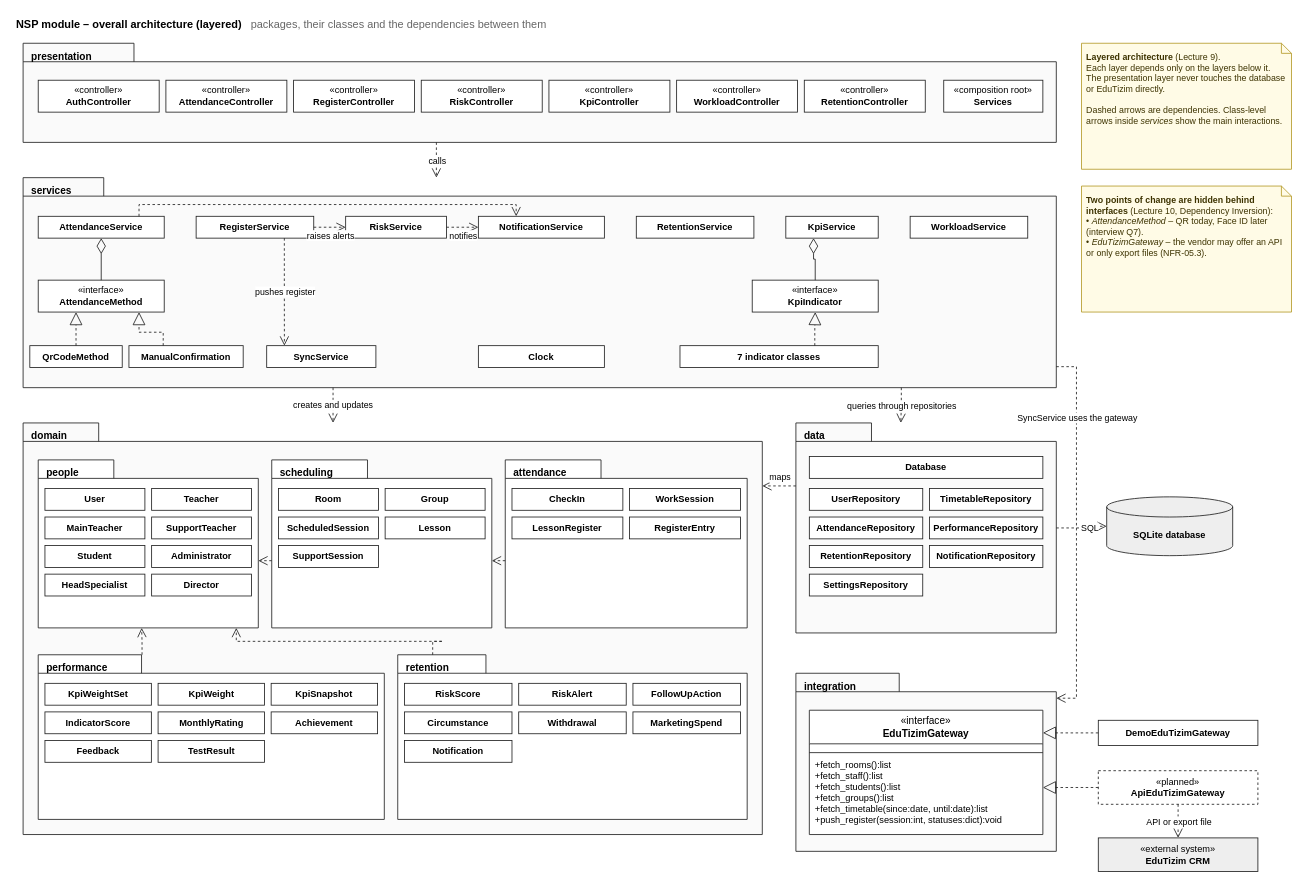
Earlier version of the draw.io diagram page "A Architecture" (1 of 5) of diagrams/nsp-uml-diagrams.drawio (00019110/SAD_CW2_00019110). Source tidied: cells renumbered, new cells numbered last; positions are measured from the earlier drawing's top-left corner, leaving out a move shared by most shapes. Both pictures are drawn from the tidied source at 84%, with x=0, y=0 at pixel (14, 14).
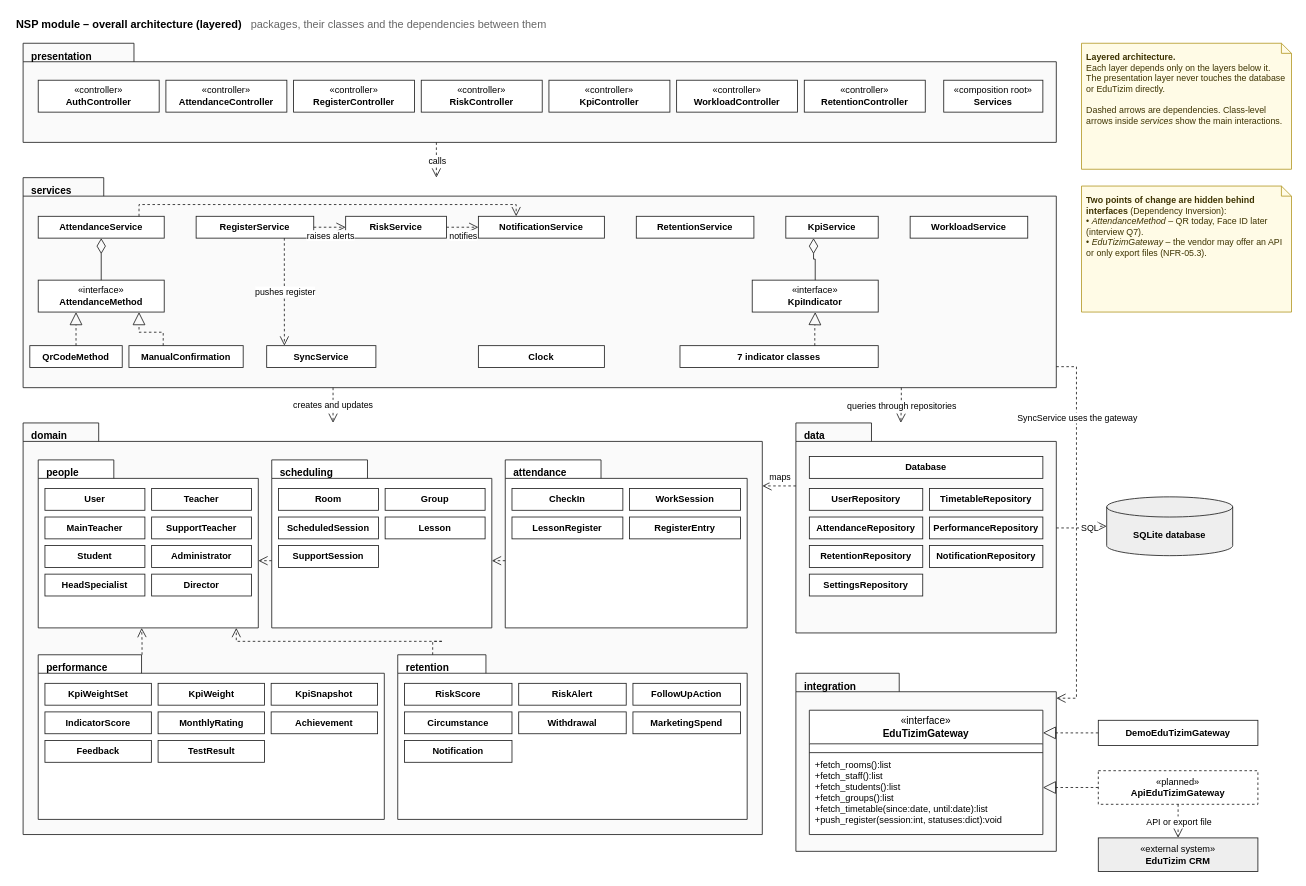
After the change.

Change to the diagram source:
```diff
@@
-    <mxCell id="115" value="&lt;b&gt;Layered architecture&lt;/b&gt; (Lecture 9).&lt;br&gt;Each layer depends only on the layers below it. The presentation layer never touches the database or EduTizim directly.&lt;br&gt;&lt;br&gt;Dashed arrows are dependencies. Class-level arrows inside &lt;i&gt;services&lt;/i&gt; show the main interactions." style="fontFamily=Helvetica;html=1;shape=note;size=12;whiteSpace=wrap;fillColor=#fffbe6;strokeColor=#b59b2b;align=left;verticalAlign=top;spacing=6;fontSize=10.5;fontColor=#3d3300;" parent="1" vertex="1">
+    <mxCell id="115" value="&lt;b&gt;Layered architecture.&lt;/b&gt;&lt;br&gt;Each layer depends only on the layers below it. The presentation layer never touches the database or EduTizim directly.&lt;br&gt;&lt;br&gt;Dashed arrows are dependencies. Class-level arrows inside &lt;i&gt;services&lt;/i&gt; show the main interactions." style="fontFamily=Helvetica;html=1;shape=note;size=12;whiteSpace=wrap;fillColor=#fffbe6;strokeColor=#b59b2b;align=left;verticalAlign=top;spacing=6;fontSize=10.5;fontColor=#3d3300;" parent="1" vertex="1">
       <mxGeometry x="1270" y="34" width="250" height="150" as="geometry" />
     </mxCell>
-    <mxCell id="116" value="&lt;b&gt;Two points of change are hidden behind interfaces&lt;/b&gt; (Lecture 10, Dependency Inversion):&lt;br&gt;• &lt;i&gt;AttendanceMethod&lt;/i&gt; – QR today, Face ID later (interview Q7).&lt;br&gt;• &lt;i&gt;EduTizimGateway&lt;/i&gt; – the vendor may offer an API or only export files (NFR-05.3)." style="fontFamily=Helvetica;html=1;shape=note;size=12;whiteSpace=wrap;fillColor=#fffbe6;strokeColor=#b59b2b;align=left;verticalAlign=top;spacing=6;fontSize=10.5;fontColor=#3d3300;" parent="1" vertex="1">
+    <mxCell id="116" value="&lt;b&gt;Two points of change are hidden behind interfaces&lt;/b&gt; (Dependency Inversion):&lt;br&gt;• &lt;i&gt;AttendanceMethod&lt;/i&gt; – QR today, Face ID later (interview Q7).&lt;br&gt;• &lt;i&gt;EduTizimGateway&lt;/i&gt; – the vendor may offer an API or only export files (NFR-05.3)." style="fontFamily=Helvetica;html=1;shape=note;size=12;whiteSpace=wrap;fillColor=#fffbe6;strokeColor=#b59b2b;align=left;verticalAlign=top;spacing=6;fontSize=10.5;fontColor=#3d3300;" parent="1" vertex="1">
       <mxGeometry x="1270" y="204" width="250" height="150" as="geometry" />
     </mxCell>
```
